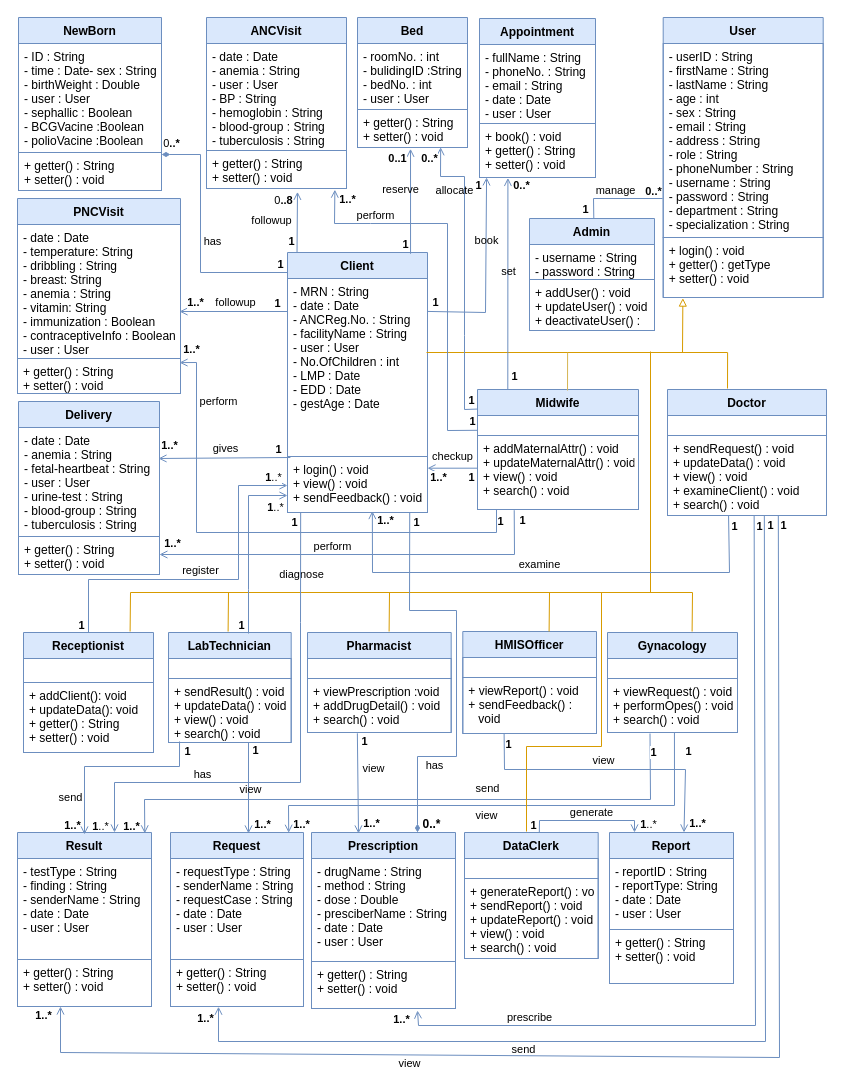
Before: Detailed Class Diagram.drawio in fasil712/UML_Diagram_Design, a draw.io diagram. Source tidied: cells renumbered, new cells numbered last; positions are measured from the earlier drawing's top-left corner, leaving out a move shared by most shapes. Both pictures are drawn from the tidied source at 100%, with x=0, y=0 at pixel (17, 17).
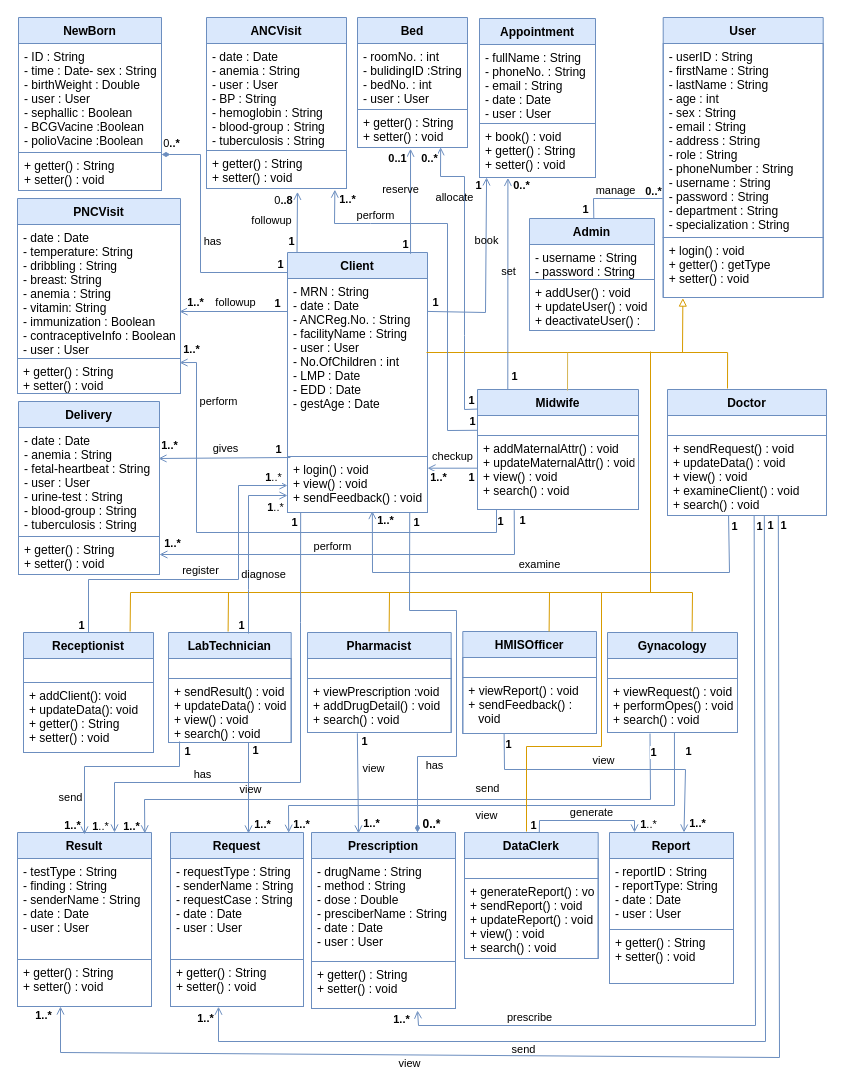
The same page after the edit.

The change refers to these unchanged cells:
```xml
<mxCell id="103" style="endArrow=none;html=1;rounded=0;strokeWidth=1;fillColor=#dae8fc;strokeColor=#6c8ebf;entryX=0.579;entryY=0.009;entryDx=0;entryDy=0;entryPerimeter=0;endFill=0;startArrow=open;startFill=0;" parent="1" edge="1">
  <mxGeometry relative="1" as="geometry">
    <mxPoint x="270" y="478" as="sourcePoint" />
    <mxPoint x="231" y="616" as="targetPoint" />
    <Array as="points">
      <mxPoint x="231" y="478" />
      <mxPoint x="231" y="572" />
    </Array>
  </mxGeometry>
</mxCell>
<mxCell id="175" style="endArrow=open;html=1;rounded=0;strokeWidth=1;fillColor=#dae8fc;strokeColor=#6c8ebf;endFill=0;exitX=-0.001;exitY=0.163;exitDx=0;exitDy=0;exitPerimeter=0;entryX=0.756;entryY=0.993;entryDx=0;entryDy=0;entryPerimeter=0;" parent="1" edge="1" source="32" target="174">
  <mxGeometry relative="1" as="geometry">
    <Array as="points">
      <mxPoint x="447" y="392" />
      <mxPoint x="447" y="318" />
      <mxPoint x="447" y="159" />
      <mxPoint x="423" y="159" />
    </Array>
  </mxGeometry>
</mxCell>
```

What changed in the source:
```diff
@@
-    <mxCell id="104" value="diagnose" style="edgeLabel;html=1;align=center;verticalAlign=middle;" parent="103" vertex="1">
+    <mxCell id="104" value="diagnose" style="edgeLabel;html=1;align=center;verticalAlign=middle;labelBackgroundColor=none;" parent="103" vertex="1">
       <mxGeometry x="0.43" y="-2" relative="1" as="geometry">
-        <mxPoint x="54" y="-10" as="offset" />
+        <mxPoint x="16" y="-10" as="offset" />
       </mxGeometry>
     </mxCell>
@@
     <mxCell id="176" value="allocate" style="edgeLabel;html=1;align=center;verticalAlign=middle;labelBackgroundColor=none;" parent="175" vertex="1">
       <mxGeometry x="0.43" y="-2" relative="1" as="geometry">
-        <mxPoint x="-13" y="-18" as="offset" />
+        <mxPoint x="-13" y="-11" as="offset" />
       </mxGeometry>
     </mxCell>
```
